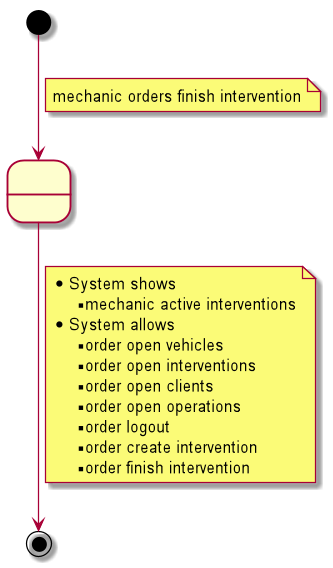
Above: documentation/1requiremets/usecases_specification/png/finishIntervention.png in Ruskab/agrimManager (PlantUML), before the change. Its diagram source:
```plantuml
@startuml

state 2 as " "

[*] --> 2
note on link
    mechanic orders finish intervention
end note

2 --> [*]
note on link
    * System shows
    ** mechanic active interventions
    * System allows
    ** order open vehicles
    ** order open interventions
    ** order open clients
    ** order open operations
    ** order logout
    ** order create intervention
    ** order finish intervention
end note

@enduml
```
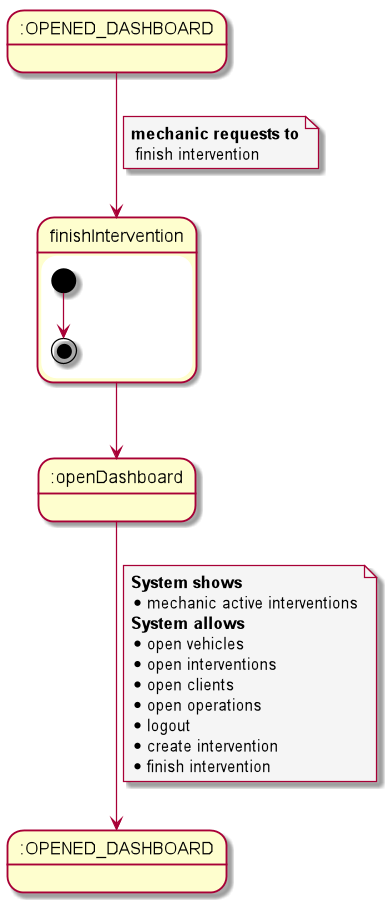
The same diagram one commit later.

The edit, as a diff of the source:
```diff
@@ -1,24 +1,36 @@
 @startuml
+skinparam {
+    NoteBackgroundColor #whiteSmoke
+}
 
-state 2 as " "
+state initState as ":OPENED_DASHBOARD"
+state openDashboard as ":openDashboard"
+state OPENED_DASHBOARD as ":OPENED_DASHBOARD"
 
-[*] --> 2
+initState --> finishIntervention
 note on link
-    mechanic orders finish intervention
+    <b>mechanic requests to</b>
+     finish intervention
 end note
 
-2 --> [*]
+state finishIntervention{
+    [*] --> [*]
+}
+
+finishIntervention --> openDashboard
+
+openDashboard --> OPENED_DASHBOARD
 note on link
-    * System shows
-    ** mechanic active interventions
-    * System allows
-    ** order open vehicles
-    ** order open interventions
-    ** order open clients
-    ** order open operations
-    ** order logout
-    ** order create intervention
-    ** order finish intervention
+<b>System shows</b>
+* mechanic active interventions
+<b>System allows</b>
+* open vehicles
+* open interventions
+* open clients
+* open operations
+* logout
+* create intervention
+* finish intervention
 end note
 
 @enduml
```
